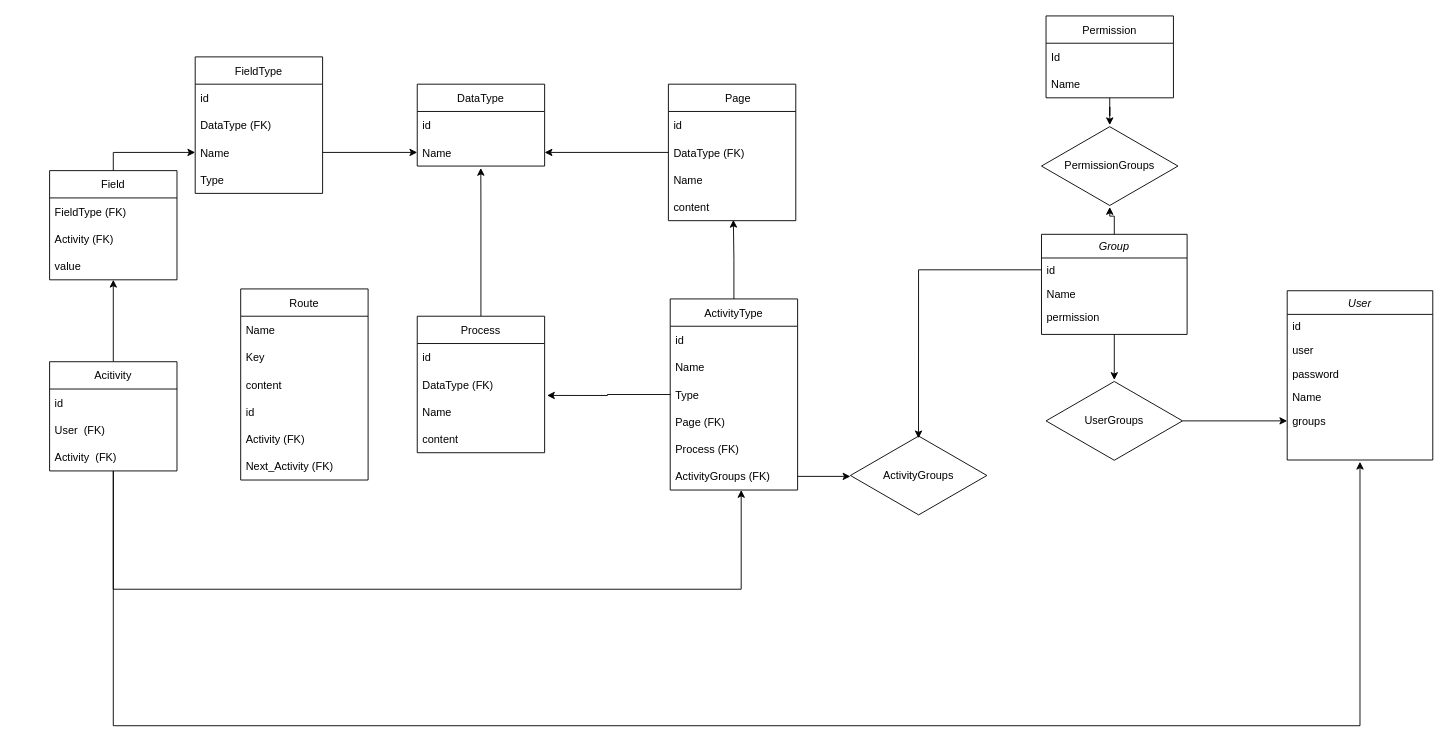
This is Banco de dados/banco.drawio from AwayDreams/BPM, a draw.io file, before an edit. Source tidied: cells renumbered, new cells numbered last; positions are measured from the earlier drawing's top-left corner, leaving out a move shared by most shapes. Both pictures are drawn from the tidied source at 91%, with x=0, y=0 at pixel (49, 15).
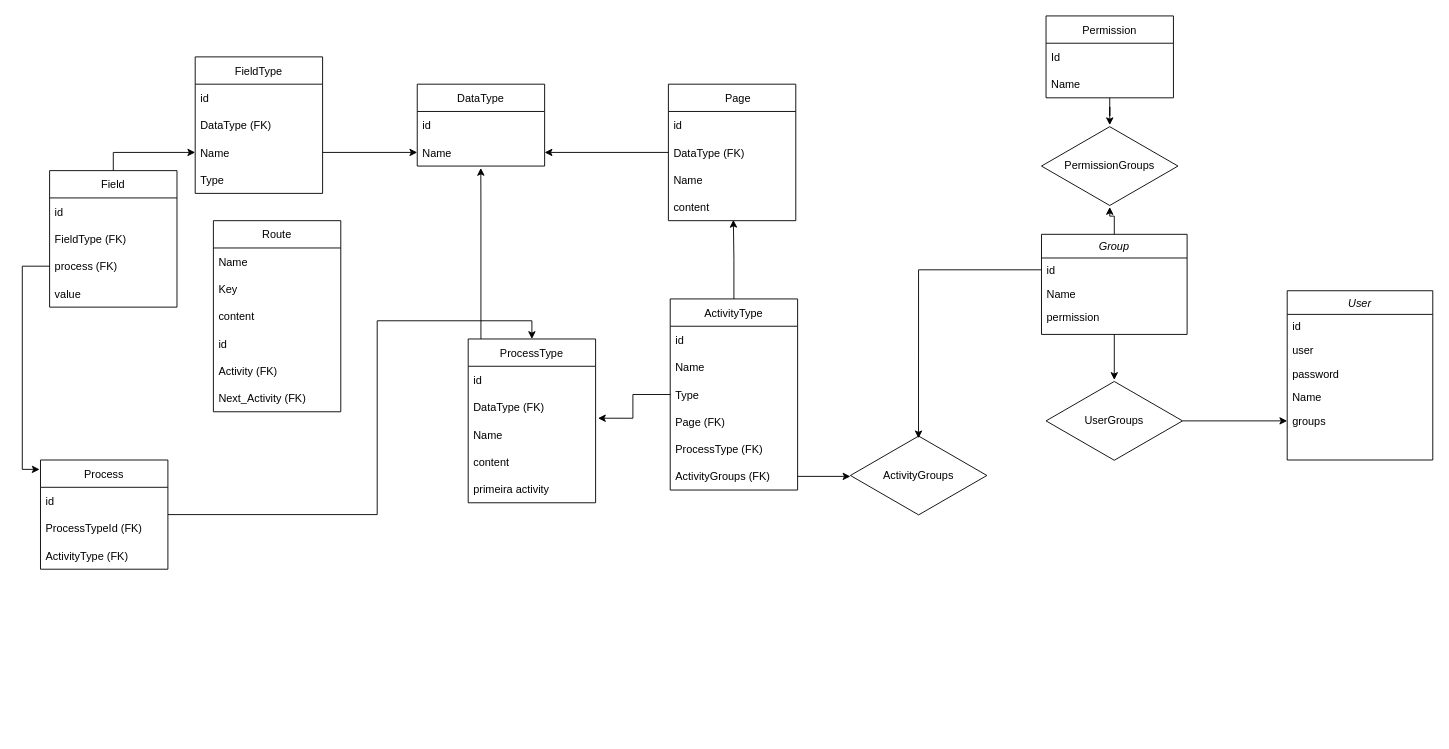
After the change.

Unchanged cells that the change refers to:
```xml
<mxCell id="31" value="ActivityType" style="swimlane;fontStyle=0;horizontal=1;startSize=30;" parent="1" vertex="1">
  <mxGeometry x="682" y="311" width="140" height="210" as="geometry" />
</mxCell>
```

Diff of the diagram source:
```diff
@@
-    <mxCell id="24" value="Process" style="swimlane;fontStyle=0;horizontal=1;startSize=30;" parent="1" vertex="1">
-      <mxGeometry x="404" y="330" width="140" height="150" as="geometry" />
+    <mxCell id="24" value="ProcessType" style="swimlane;fontStyle=0;horizontal=1;startSize=30;" parent="1" vertex="1">
+      <mxGeometry x="460" y="355" width="140" height="180" as="geometry" />
     </mxCell>
@@
+    <mxCell id="73" value="primeira activity" style="text;strokeColor=none;fillColor=none;align=left;verticalAlign=middle;spacingLeft=4;spacingRight=4;overflow=hidden;" parent="24" vertex="1">
+      <mxGeometry y="150" width="140" height="30" as="geometry" />
+    </mxCell>
@@
-    <mxCell id="36" value="Process (FK)" style="text;strokeColor=none;fillColor=none;align=left;verticalAlign=middle;spacingLeft=4;spacingRight=4;overflow=hidden;" parent="31" vertex="1">
+    <mxCell id="36" value="ProcessType (FK)" style="text;strokeColor=none;fillColor=none;align=left;verticalAlign=middle;spacingLeft=4;spacingRight=4;overflow=hidden;" parent="31" vertex="1">
       <mxGeometry y="150" width="140" height="30" as="geometry" />
     </mxCell>
@@
     <mxCell id="38" value="Route" style="swimlane;fontStyle=0;horizontal=1;startSize=30;" parent="1" vertex="1">
-      <mxGeometry x="210" y="300" width="140" height="210" as="geometry" />
+      <mxGeometry x="180" y="225" width="140" height="210" as="geometry" />
     </mxCell>
@@
-    <mxCell id="61" style="edgeStyle=orthogonalEdgeStyle;rounded=0;jettySize=auto;html=1;exitX=0.5;exitY=0;exitDx=0;exitDy=0;" parent="1" edge="1" source="67" target="62">
-      <mxGeometry relative="1" as="geometry" />
-    </mxCell>
     <mxCell id="62" value="Field" style="swimlane;fontStyle=0;horizontal=1;startSize=30;" parent="1" vertex="1">
-      <mxGeometry y="170" width="140" height="120" as="geometry" />
+      <mxGeometry y="170" width="140" height="150" as="geometry" />
     </mxCell>
+    <mxCell id="74" value="id" style="text;strokeColor=none;fillColor=none;align=left;verticalAlign=middle;spacingLeft=4;spacingRight=4;overflow=hidden;" parent="62" vertex="1">
+      <mxGeometry y="30" width="140" height="30" as="geometry" />
+    </mxCell>
     <mxCell id="63" value="FieldType (FK)" style="text;strokeColor=none;fillColor=none;align=left;verticalAlign=middle;spacingLeft=4;spacingRight=4;overflow=hidden;" parent="62" vertex="1">
-      <mxGeometry y="30" width="140" height="30" as="geometry" />
+      <mxGeometry y="60" width="140" height="30" as="geometry" />
     </mxCell>
-    <mxCell id="64" value="Activity (FK)" style="text;strokeColor=none;fillColor=none;align=left;verticalAlign=middle;spacingLeft=4;spacingRight=4;overflow=hidden;points=[[0,0.5],[1,0.5]];portConstraint=eastwest;" parent="62" vertex="1">
-      <mxGeometry y="60" width="140" height="30" as="geometry" />
+    <mxCell id="64" value="process (FK)" style="text;strokeColor=none;fillColor=none;align=left;verticalAlign=middle;spacingLeft=4;spacingRight=4;overflow=hidden;points=[[0,0.5],[1,0.5]];portConstraint=eastwest;" parent="62" vertex="1">
+      <mxGeometry y="90" width="140" height="30" as="geometry" />
     </mxCell>
     <mxCell id="65" value="value" style="text;strokeColor=none;fillColor=none;align=left;verticalAlign=middle;spacingLeft=4;spacingRight=4;overflow=hidden;" parent="62" vertex="1">
-      <mxGeometry y="90" width="140" height="30" as="geometry" />
+      <mxGeometry y="120" width="140" height="30" as="geometry" />
     </mxCell>
-    <mxCell id="66" style="edgeStyle=orthogonalEdgeStyle;rounded=0;jettySize=auto;html=1;" parent="1" edge="1" source="67">
-      <mxGeometry relative="1" as="geometry">
-        <mxPoint x="1440" y="490" as="targetPoint" />
-        <Array as="points">
-          <mxPoint x="70" y="780" />
-          <mxPoint x="1440" y="780" />
-        </Array>
-      </mxGeometry>
-    </mxCell>
-    <mxCell id="67" value="Acitivity" style="swimlane;fontStyle=0;horizontal=1;startSize=30;" parent="1" vertex="1">
-      <mxGeometry y="380" width="140" height="120" as="geometry" />
-    </mxCell>
-    <mxCell id="68" value="id" style="text;strokeColor=none;fillColor=none;align=left;verticalAlign=middle;spacingLeft=4;spacingRight=4;overflow=hidden;" parent="67" vertex="1">
-      <mxGeometry y="30" width="140" height="30" as="geometry" />
-    </mxCell>
-    <mxCell id="69" value="User  (FK)" style="text;strokeColor=none;fillColor=none;align=left;verticalAlign=middle;spacingLeft=4;spacingRight=4;overflow=hidden;" parent="67" vertex="1">
-      <mxGeometry y="60" width="140" height="30" as="geometry" />
-    </mxCell>
-    <mxCell id="70" value="Activity  (FK)" style="text;strokeColor=none;fillColor=none;align=left;verticalAlign=middle;spacingLeft=4;spacingRight=4;overflow=hidden;" parent="67" vertex="1">
-      <mxGeometry y="90" width="140" height="30" as="geometry" />
-    </mxCell>
@@
-    <mxCell id="72" style="edgeStyle=orthogonalEdgeStyle;rounded=0;jettySize=auto;html=1;" parent="1" edge="1" target="31">
-      <mxGeometry relative="1" as="geometry">
-        <mxPoint x="70" y="500" as="sourcePoint" />
-        <Array as="points">
-          <mxPoint x="70" y="630" />
-          <mxPoint x="760" y="630" />
-        </Array>
-      </mxGeometry>
-    </mxCell>
+    <mxCell id="75" style="edgeStyle=orthogonalEdgeStyle;rounded=0;jettySize=auto;html=1;entryX=0.5;entryY=0;entryDx=0;entryDy=0;" parent="1" edge="1" source="76" target="24">
+      <mxGeometry relative="1" as="geometry">
+        <Array as="points">
+          <mxPoint x="360" y="548" />
+          <mxPoint x="360" y="335" />
+          <mxPoint x="530" y="335" />
+        </Array>
+      </mxGeometry>
+    </mxCell>
+    <mxCell id="76" value="Process" style="swimlane;fontStyle=0;horizontal=1;startSize=30;" parent="1" vertex="1">
+      <mxGeometry x="-10" y="488" width="140" height="120" as="geometry" />
+    </mxCell>
+    <mxCell id="77" value="id" style="text;strokeColor=none;fillColor=none;align=left;verticalAlign=middle;spacingLeft=4;spacingRight=4;overflow=hidden;" parent="76" vertex="1">
+      <mxGeometry y="30" width="140" height="30" as="geometry" />
+    </mxCell>
+    <mxCell id="78" value="ProcessTypeId (FK)" style="text;strokeColor=none;fillColor=none;align=left;verticalAlign=middle;spacingLeft=4;spacingRight=4;overflow=hidden;" parent="76" vertex="1">
+      <mxGeometry y="60" width="140" height="30" as="geometry" />
+    </mxCell>
+    <mxCell id="79" value="ActivityType (FK)" style="text;strokeColor=none;fillColor=none;align=left;verticalAlign=middle;spacingLeft=4;spacingRight=4;overflow=hidden;" parent="76" vertex="1">
+      <mxGeometry y="90" width="140" height="30" as="geometry" />
+    </mxCell>
+    <mxCell id="80" style="edgeStyle=orthogonalEdgeStyle;rounded=0;jettySize=auto;html=1;entryX=-0.007;entryY=0.086;entryDx=0;entryDy=0;entryPerimeter=0;" parent="1" edge="1" source="64" target="76">
+      <mxGeometry relative="1" as="geometry" />
+    </mxCell>
```
